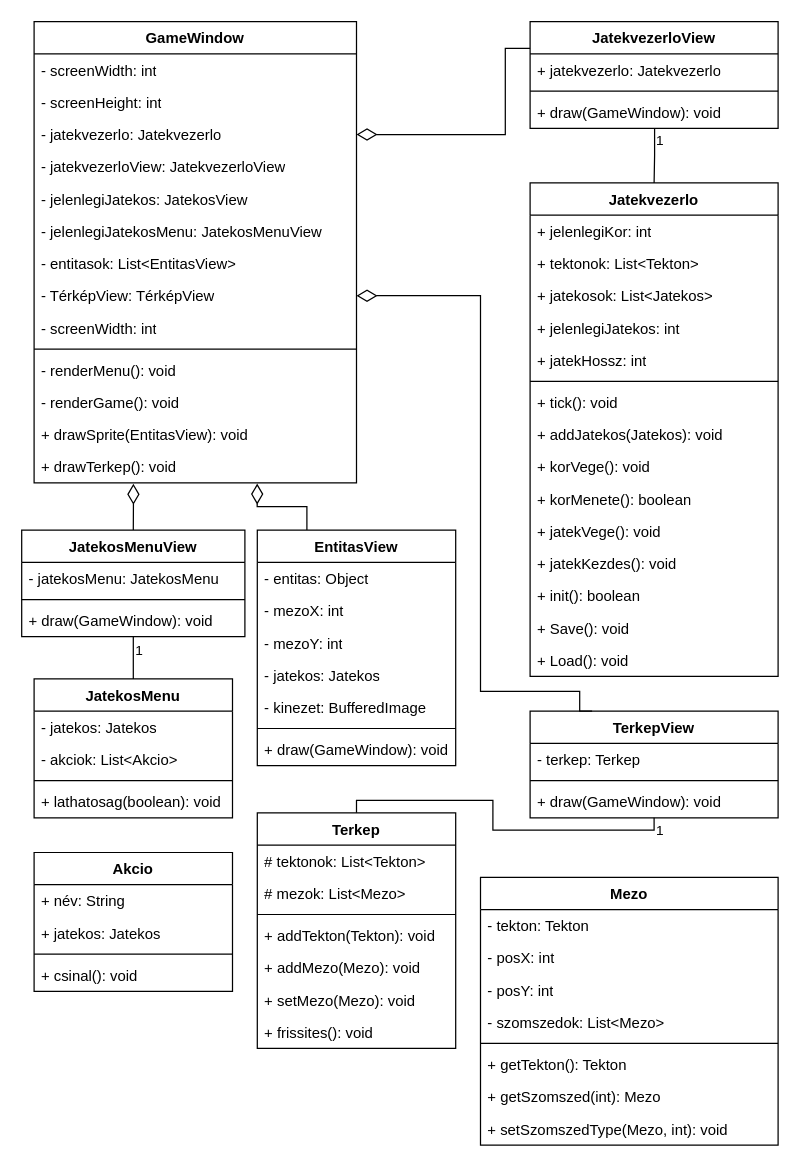
Before: diagrams/grafikusClassDiagram.drawio in T0liver/bme-projlab, a draw.io diagram. Source tidied: cells renumbered, new cells numbered last; positions are measured from the earlier drawing's top-left corner, leaving out a move shared by most shapes. Both pictures are drawn from the tidied source at 124%, with x=0, y=0 at pixel (21, 21).
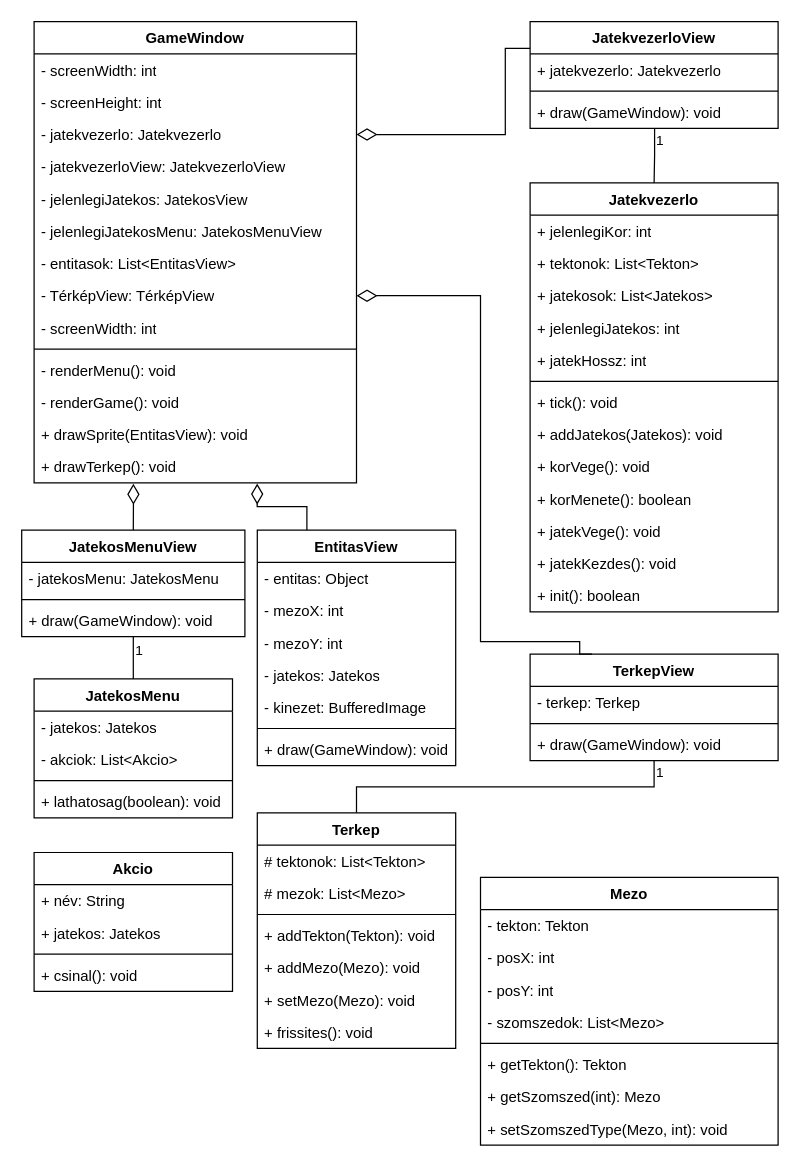
After the change.

Commit message:
Load és Save törlése

Unchanged cells that the change refers to:
```xml
<mxCell id="10" value="- TérképView: TérképView" style="text;strokeColor=none;fillColor=none;align=left;verticalAlign=top;spacingLeft=4;spacingRight=4;overflow=hidden;points=[[0,0.5],[1,0.5]];portConstraint=eastwest;whiteSpace=wrap;html=1;" parent="2" vertex="1">
  <mxGeometry y="208" width="260" height="26" as="geometry" />
</mxCell>
```

What changed in the source:
```diff
@@
     <mxCell id="26" value="TerkepView" style="swimlane;fontStyle=1;align=center;verticalAlign=top;horizontal=1;startSize=26;whiteSpace=wrap;html=1;swimlaneFillColor=default;" parent="1" vertex="1">
-      <mxGeometry x="410" y="556" width="200" height="86" as="geometry" />
+      <mxGeometry x="410" y="510" width="200" height="86" as="geometry" />
     </mxCell>
@@
     <mxCell id="51" value="Jatekvezerlo" style="swimlane;fontStyle=1;align=center;verticalAlign=top;horizontal=1;startSize=26;whiteSpace=wrap;html=1;swimlaneFillColor=default;" parent="1" vertex="1">
-      <mxGeometry x="410" y="130" width="200" height="398" as="geometry" />
+      <mxGeometry x="410" y="130" width="200" height="346" as="geometry" />
     </mxCell>
@@
-    <mxCell id="65" value="+ Save(): void" style="text;strokeColor=none;fillColor=none;align=left;verticalAlign=top;spacingLeft=4;spacingRight=4;overflow=hidden;whiteSpace=wrap;html=1;" parent="51" vertex="1">
-      <mxGeometry y="346" width="200" height="26" as="geometry" />
-    </mxCell>
-    <mxCell id="66" value="+ Load(): void" style="text;strokeColor=none;fillColor=none;align=left;verticalAlign=top;spacingLeft=4;spacingRight=4;overflow=hidden;whiteSpace=wrap;html=1;" parent="51" vertex="1">
-      <mxGeometry y="372" width="200" height="26" as="geometry" />
-    </mxCell>
@@
     <mxCell id="75" style="endArrow=none;html=1;endSize=12;startArrow=diamondThin;startSize=14;startFill=0;edgeStyle=orthogonalEdgeStyle;align=left;verticalAlign=bottom;rounded=0;exitX=1;exitY=0.5;exitDx=0;exitDy=0;entryX=0.25;entryY=0;entryDx=0;entryDy=0;" parent="1" edge="1" source="10" target="26">
       <mxGeometry x="-1" y="3" relative="1" as="geometry">
         <Array as="points">
           <mxPoint x="370" y="221" />
-          <mxPoint x="370" y="540" />
-          <mxPoint x="450" y="540" />
+          <mxPoint x="370" y="500" />
+          <mxPoint x="450" y="500" />
+          <mxPoint x="450" y="510" />
         </Array>
       </mxGeometry>
     </mxCell>
```
